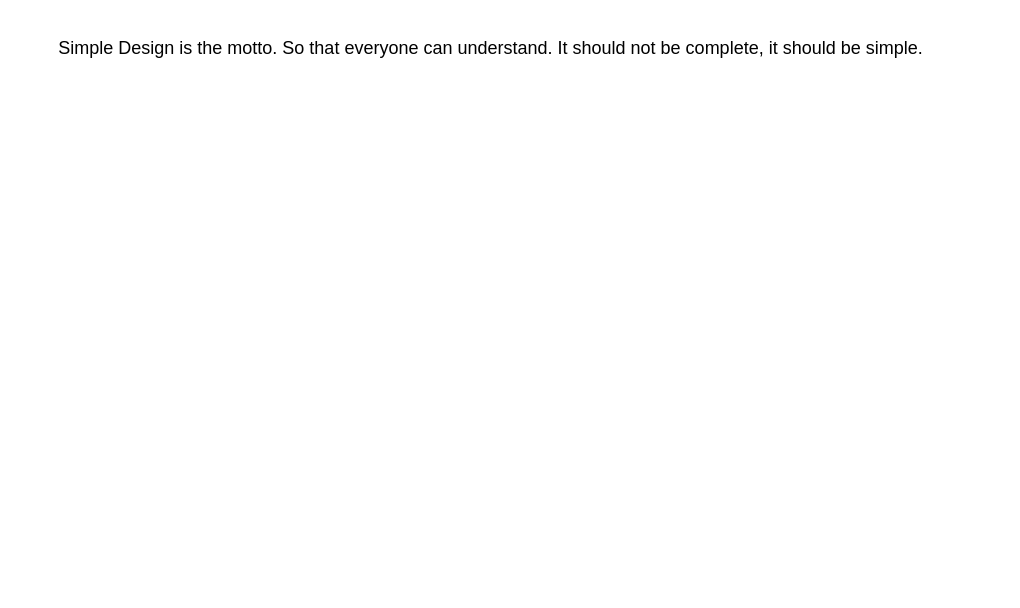
This is page "Objective Design" (1 of 2) of Pricing Sol Design.drawio from mishranishant4/Arch-designs, a draw.io file, before an edit. Source tidied: cells renumbered, new cells numbered last; positions are measured from the earlier drawing's top-left corner, leaving out a move shared by most shapes. Both pictures are drawn from the tidied source at 150%, with x=0, y=0 at pixel (26, 26).
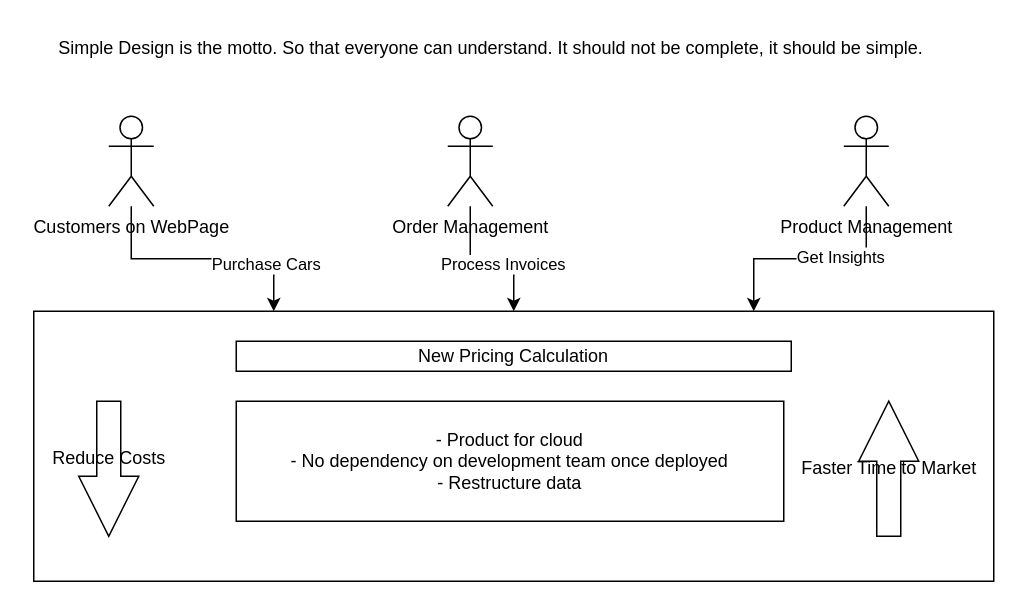
Above is the later version.

What changed in the source:
```diff
@@
 <mxGraphModel>
   <root>
     <mxCell id="0" />
     <mxCell id="1" parent="0" />
     <mxCell id="2" value="Simple Design is the motto. So that everyone can understand. It should not be complete, it should be simple." style="text;html=1;align=center;verticalAlign=middle;whiteSpace=wrap;rounded=0;" parent="1" vertex="1">
       <mxGeometry width="620" height="30" as="geometry" />
     </mxCell>
+    <mxCell id="3" style="rounded=0;whiteSpace=wrap;html=1;" parent="1" vertex="1">
+      <mxGeometry x="5" y="190" width="640" height="180" as="geometry" />
+    </mxCell>
+    <mxCell id="4" value="Customers on WebPage" style="shape=umlActor;verticalLabelPosition=bottom;verticalAlign=top;html=1;outlineConnect=0;" parent="1" vertex="1">
+      <mxGeometry x="55" y="60" width="30" height="60" as="geometry" />
+    </mxCell>
+    <mxCell id="5" style="edgeStyle=orthogonalEdgeStyle;rounded=0;jettySize=auto;html=1;" parent="1" edge="1" source="7" target="3">
+      <mxGeometry relative="1" as="geometry" />
+    </mxCell>
+    <mxCell id="6" value="Process Invoices" style="edgeLabel;html=1;align=center;verticalAlign=middle;" parent="5" vertex="1">
+      <mxGeometry x="0.14" y="-3" relative="1" as="geometry" />
+    </mxCell>
+    <mxCell id="7" value="Order Management" style="shape=umlActor;verticalLabelPosition=bottom;verticalAlign=top;html=1;outlineConnect=0;" parent="1" vertex="1">
+      <mxGeometry x="281" y="60" width="30" height="60" as="geometry" />
+    </mxCell>
+    <mxCell id="8" style="edgeStyle=orthogonalEdgeStyle;rounded=0;jettySize=auto;html=1;entryX=0.75;entryY=0;entryDx=0;entryDy=0;" parent="1" edge="1" source="10" target="3">
+      <mxGeometry relative="1" as="geometry" />
+    </mxCell>
+    <mxCell id="9" value="Get Insights" style="edgeLabel;html=1;align=center;verticalAlign=middle;" parent="8" vertex="1">
+      <mxGeometry x="-0.27" y="-2" relative="1" as="geometry" />
+    </mxCell>
+    <mxCell id="10" value="Product Management" style="shape=umlActor;verticalLabelPosition=bottom;verticalAlign=top;html=1;outlineConnect=0;" parent="1" vertex="1">
+      <mxGeometry x="545" y="60" width="30" height="60" as="geometry" />
+    </mxCell>
+    <mxCell id="11" style="edgeStyle=orthogonalEdgeStyle;rounded=0;jettySize=auto;html=1;entryX=0.25;entryY=0;entryDx=0;entryDy=0;" parent="1" edge="1" source="4" target="3">
+      <mxGeometry relative="1" as="geometry" />
+    </mxCell>
+    <mxCell id="12" value="Purchase Cars" style="edgeLabel;html=1;align=center;verticalAlign=middle;" parent="11" vertex="1">
+      <mxGeometry x="0.5" y="-3" relative="1" as="geometry" />
+    </mxCell>
+    <mxCell id="13" value="New Pricing Calculation" style="rounded=0;whiteSpace=wrap;html=1;" parent="1" vertex="1">
+      <mxGeometry x="140" y="210" width="370" height="20" as="geometry" />
+    </mxCell>
+    <mxCell id="14" value="Reduce Costs&lt;div&gt;&lt;br&gt;&lt;/div&gt;" style="html=1;shadow=0;dashed=0;align=center;verticalAlign=middle;shape=mxgraph.arrows2.arrow;dy=0.6;dx=40;direction=south;notch=0;" parent="1" vertex="1">
+      <mxGeometry x="35" y="250" width="40" height="90" as="geometry" />
+    </mxCell>
+    <mxCell id="15" value="Faster Time to Market" style="html=1;shadow=0;dashed=0;align=center;verticalAlign=middle;shape=mxgraph.arrows2.arrow;dy=0.6;dx=40;direction=north;notch=0;" parent="1" vertex="1">
+      <mxGeometry x="555" y="250" width="40" height="90" as="geometry" />
+    </mxCell>
+    <mxCell id="16" value="- Product for cloud&lt;div&gt;- No dependency on development team once deployed&lt;/div&gt;&lt;div&gt;- Restructure data&lt;/div&gt;" style="rounded=0;whiteSpace=wrap;html=1;" parent="1" vertex="1">
+      <mxGeometry x="140" y="250" width="365" height="80" as="geometry" />
+    </mxCell>
   </root>
 </mxGraphModel>
```
